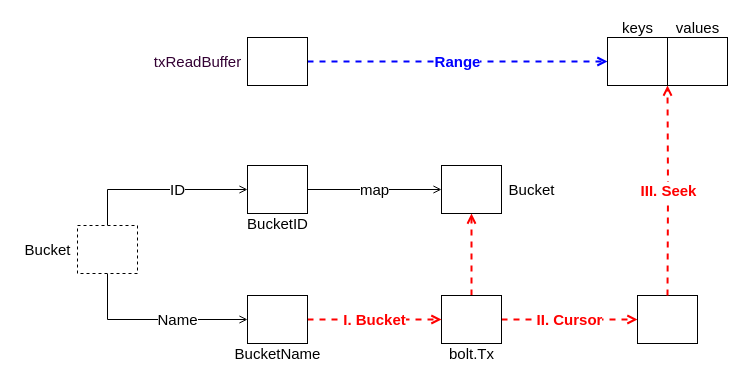
Above: page "range" (5 of 6) of etcd/etcd-backend.drawio in dovics/draw.io (draw.io), before the change. Source tidied: cells renumbered, new cells numbered last; positions are measured from the earlier drawing's top-left corner, leaving out a move shared by most shapes. Both pictures are drawn from the tidied source at 100%, with x=0, y=0 at pixel (17, 17).
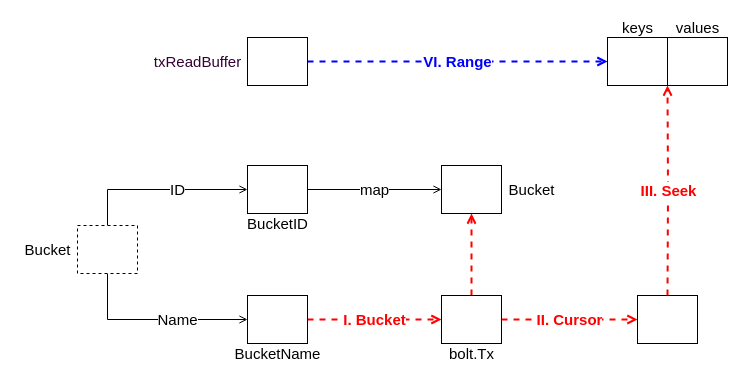
After the change.

Unchanged cells that the change refers to:
```xml
<mxCell id="3" style="rounded=0;whiteSpace=wrap;html=1;strokeWidth=1;fontSize=16;fontColor=#330033;fillColor=default;" parent="1" vertex="1">
  <mxGeometry x="230" y="20" width="60" height="48" as="geometry" />
</mxCell>
<mxCell id="22" style="rounded=0;whiteSpace=wrap;html=1;strokeWidth=1;fontSize=16;fontColor=#330033;fillColor=default;" parent="1" vertex="1">
  <mxGeometry x="590" y="20" width="60" height="48" as="geometry" />
</mxCell>
```

Change to the diagram source:
```diff
@@
-    <mxCell id="2" value="Range" style="edgeStyle=orthogonalEdgeStyle;rounded=0;jettySize=auto;html=1;exitX=1;exitY=0.5;exitDx=0;exitDy=0;entryX=0;entryY=0.5;entryDx=0;entryDy=0;dashed=1;fontSize=15;fontColor=#0000FF;endArrow=open;endFill=0;strokeColor=#0000FF;strokeWidth=2;fontStyle=1;" parent="1" edge="1" source="3" target="22">
+    <mxCell id="2" value="VI. Range" style="edgeStyle=orthogonalEdgeStyle;rounded=0;jettySize=auto;html=1;exitX=1;exitY=0.5;exitDx=0;exitDy=0;entryX=0;entryY=0.5;entryDx=0;entryDy=0;dashed=1;fontSize=15;fontColor=#0000FF;endArrow=open;endFill=0;strokeColor=#0000FF;strokeWidth=2;fontStyle=1;" parent="1" edge="1" source="3" target="22">
       <mxGeometry relative="1" as="geometry" />
     </mxCell>
```
